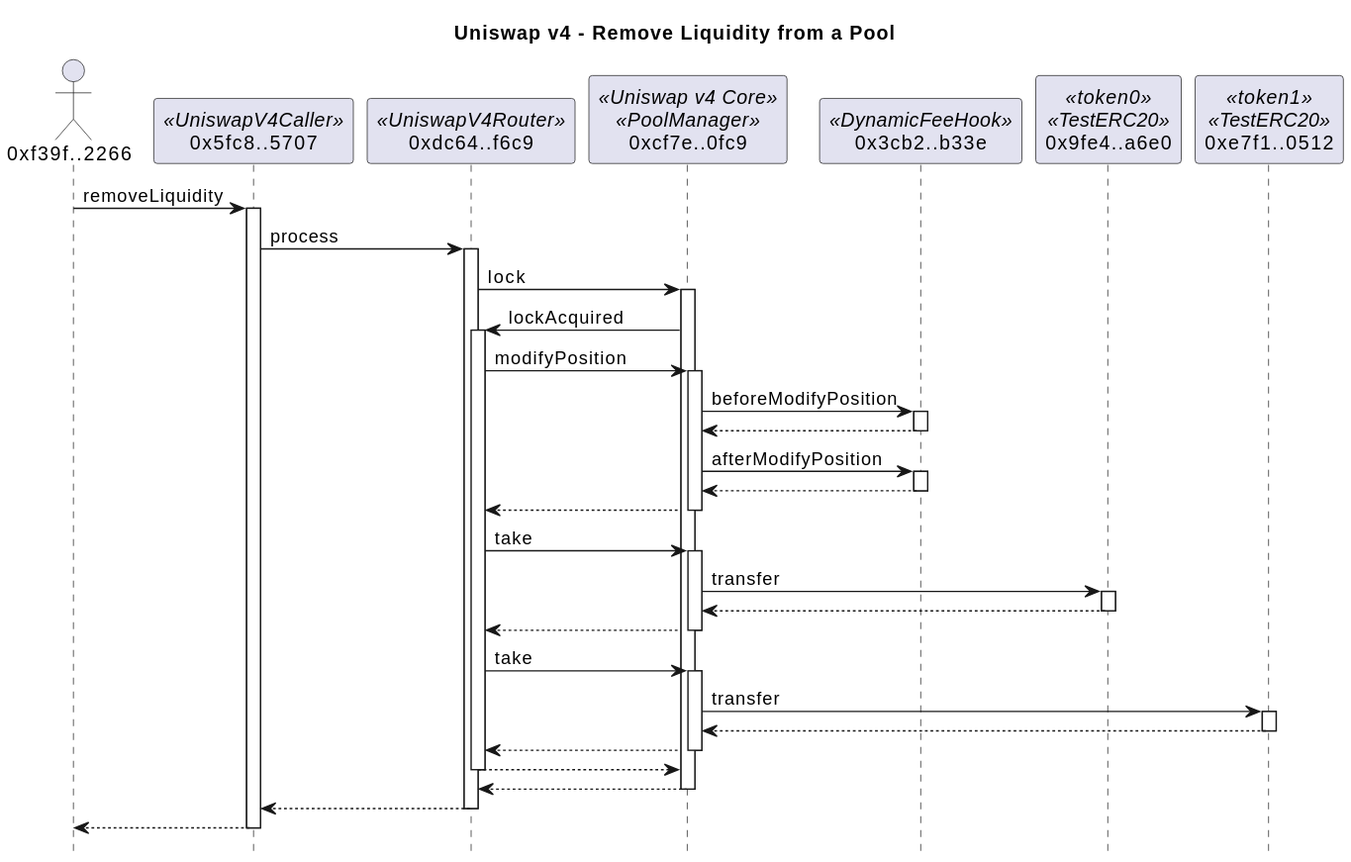
Before: docs/dynamicFeeRemoveSummary.svg, a diagram exported from PlantUML (naddison36/uniswap-v4-hooks).
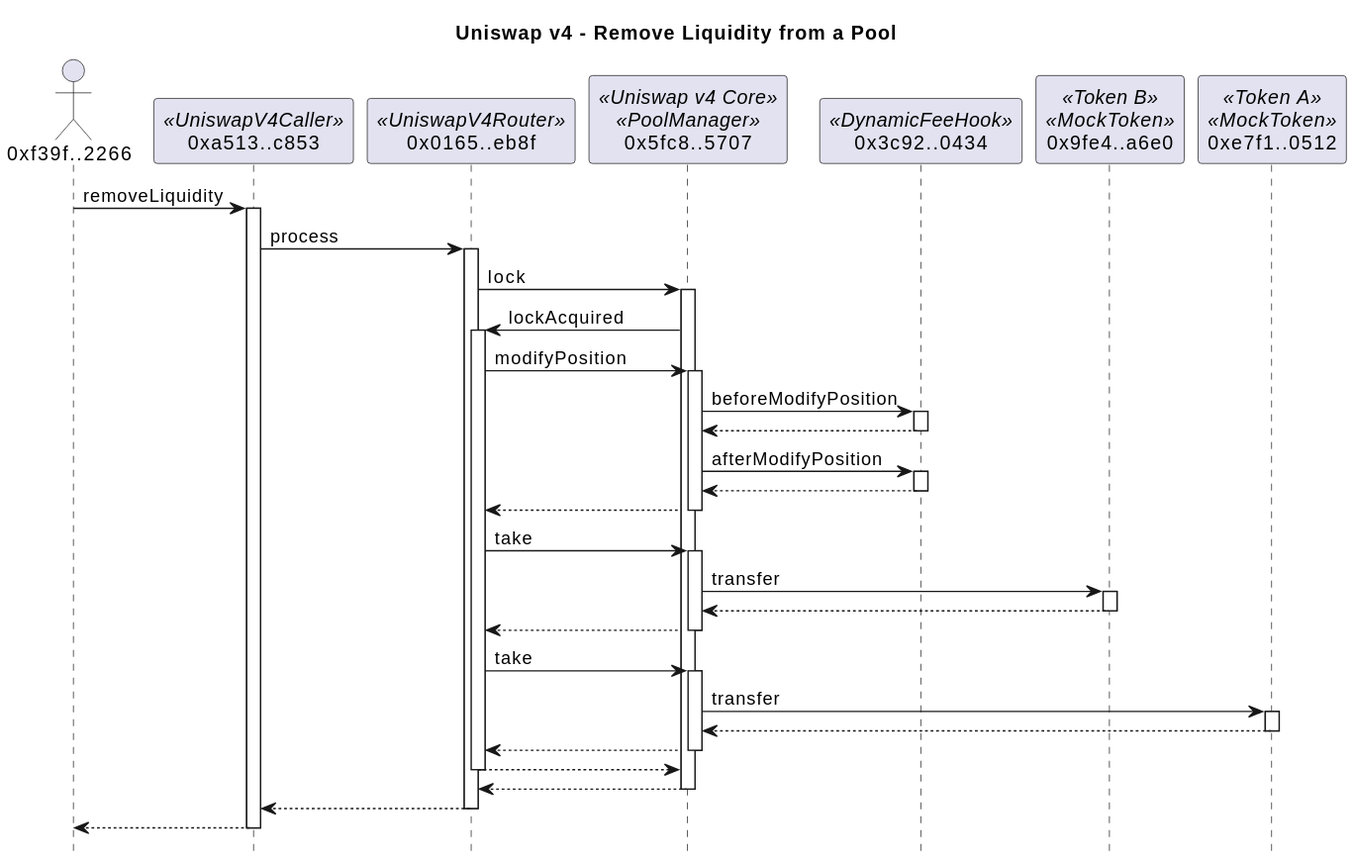
The same file after the commit.

Change to the diagram source:
```diff
@@ -3,39 +3,39 @@
 hide footbox
 
 actor "0xf39f..2266" as f39f2266
-participant "0x5fc8..5707" as 5fc85707 <<UniswapV4Caller>>
-participant "0xdc64..f6c9" as dc64f6c9 <<UniswapV4Router>>
-participant "0xcf7e..0fc9" as cf7e0fc9 <<Uniswap v4 Core>><<PoolManager>>
-participant "0x3cb2..b33e" as 3cb2b33e <<DynamicFeeHook>>
-participant "0x9fe4..a6e0" as 9fe4a6e0 <<token0>><<TestERC20>>
-participant "0xe7f1..0512" as e7f10512 <<token1>><<TestERC20>>
+participant "0xa513..c853" as a513c853 <<UniswapV4Caller>>
+participant "0x0165..eb8f" as 0165eb8f <<UniswapV4Router>>
+participant "0x5fc8..5707" as 5fc85707 <<Uniswap v4 Core>><<PoolManager>>
+participant "0x3c92..0434" as 3c920434 <<DynamicFeeHook>>
+participant "0x9fe4..a6e0" as 9fe4a6e0 <<Token B>><<MockToken>>
+participant "0xe7f1..0512" as e7f10512 <<Token A>><<MockToken>>
 
-f39f2266 -> 5fc85707: removeLiquidity
+f39f2266 -> a513c853: removeLiquidity
+activate a513c853
+a513c853 -> 0165eb8f: process
+activate 0165eb8f
+0165eb8f -> 5fc85707: lock
 activate 5fc85707
-5fc85707 -> dc64f6c9: process
-activate dc64f6c9
-dc64f6c9 -> cf7e0fc9: lock
-activate cf7e0fc9
-cf7e0fc9 -> dc64f6c9: lockAcquired
-activate dc64f6c9
-dc64f6c9 -> cf7e0fc9: modifyPosition
-activate cf7e0fc9
-cf7e0fc9 -> 3cb2b33e: beforeModifyPosition
-activate 3cb2b33e
+5fc85707 -> 0165eb8f: lockAcquired
+activate 0165eb8f
+0165eb8f -> 5fc85707: modifyPosition
+activate 5fc85707
+5fc85707 -> 3c920434: beforeModifyPosition
+activate 3c920434
 return
-cf7e0fc9 -> 3cb2b33e: afterModifyPosition
-activate 3cb2b33e
+5fc85707 -> 3c920434: afterModifyPosition
+activate 3c920434
 return
 return
-dc64f6c9 -> cf7e0fc9: take
-activate cf7e0fc9
-cf7e0fc9 -> 9fe4a6e0: transfer
+0165eb8f -> 5fc85707: take
+activate 5fc85707
+5fc85707 -> 9fe4a6e0: transfer
 activate 9fe4a6e0
 return
 return
-dc64f6c9 -> cf7e0fc9: take
-activate cf7e0fc9
-cf7e0fc9 -> e7f10512: transfer
+0165eb8f -> 5fc85707: take
+activate 5fc85707
+5fc85707 -> e7f10512: transfer
 activate e7f10512
 return
 return
```
